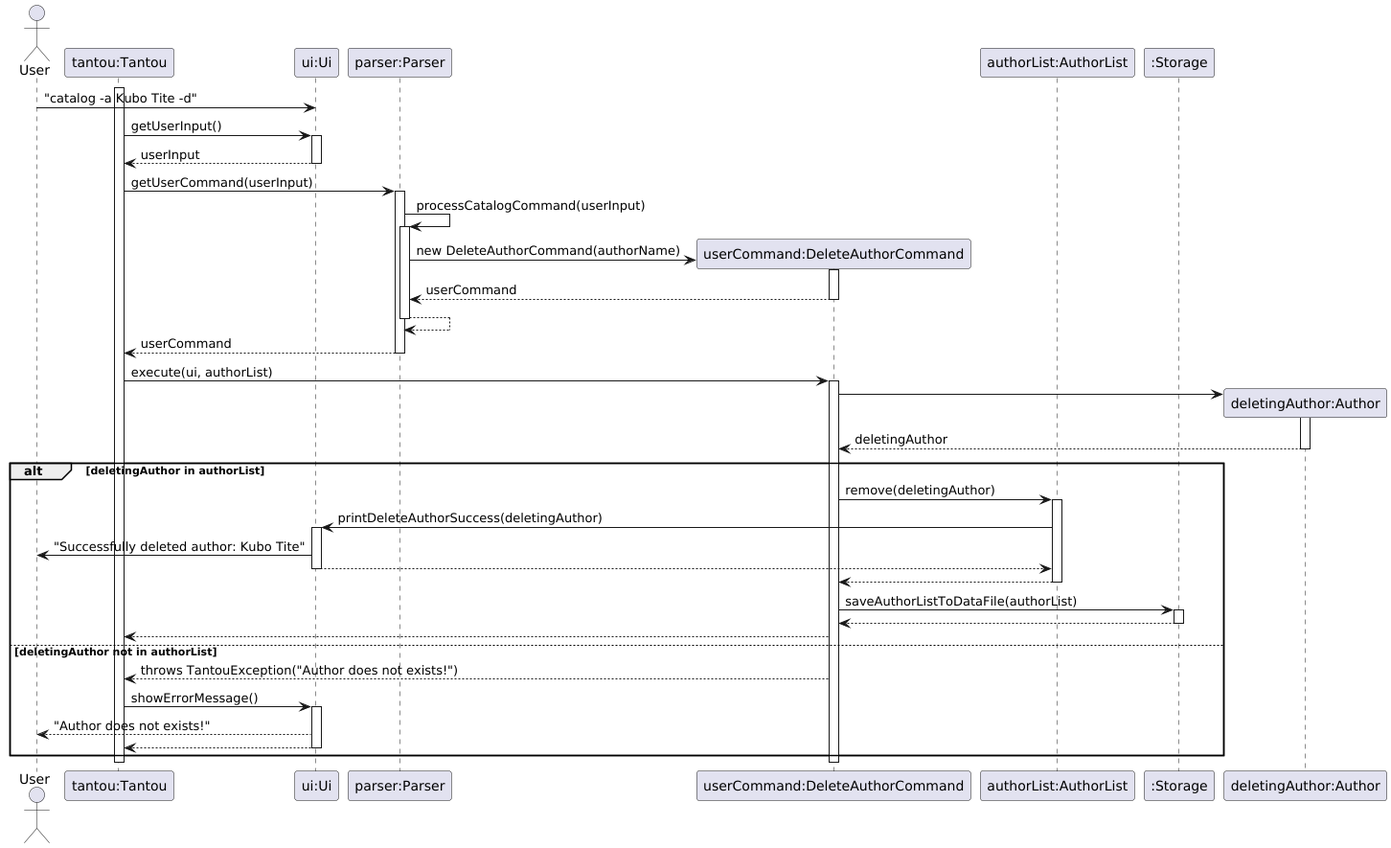
This is docs/uml/images/DeleteAuthorSequence.png from xenthm/tp, a PlantUML export, as it was before one commit.
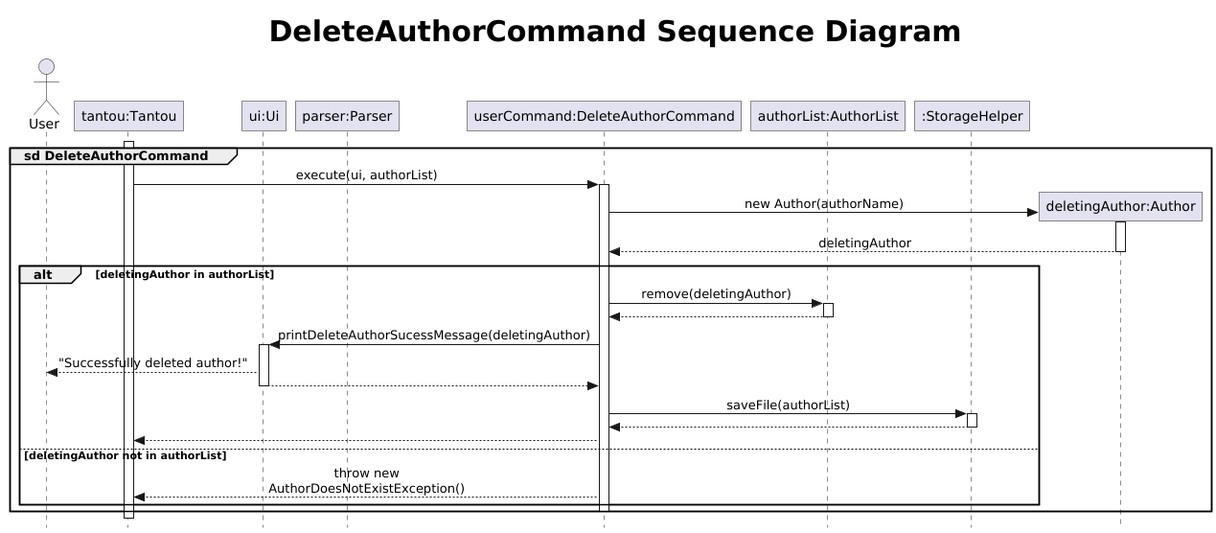
The same file after the commit.

Commit message:
Update DeleteAuthorCommand sequence diagram

Diff of the diagram source:
```diff
@@ -1,75 +1,48 @@
 @startuml
+!include .PlantUMLSequence.config
+autoactivate off
+skinparam maxMessageSize 250
+title <size:30> DeleteAuthorCommand Sequence Diagram
+
 actor User
 participant "tantou:Tantou" as tantou
 participant "ui:Ui" as ui
 participant "parser:Parser" as parser
 participant "userCommand:DeleteAuthorCommand" as userCommand
 participant "authorList:AuthorList" as authorList
-participant ":Storage" as storage
+participant ":StorageHelper" as storage
 participant "deletingAuthor:Author" as author
 
 activate tantou
-User -> ui: "catalog -a Kubo Tite -d"
+group sd DeleteAuthorCommand
+    tantou -> userCommand : execute(ui, authorList)
+    activate userCommand
+    create author
+    userCommand -> author : new Author(authorName)
+    activate author
+    author --> userCommand : deletingAuthor
+    deactivate author
 
-tantou -> ui: getUserInput()
-activate ui
-ui --> tantou: userInput
-deactivate ui
-
-
-tantou -> parser: getUserCommand(userInput)
-activate parser
-
-parser -> parser: processCatalogCommand(userInput)
-
-activate parser
-
-create userCommand
-parser -> userCommand : new DeleteAuthorCommand(authorName)
-activate userCommand
-userCommand --> parser: userCommand
-deactivate userCommand
-
-parser --> parser
-deactivate parser
-parser --> tantou: userCommand
-deactivate parser
-
-tantou -> userCommand: execute(ui, authorList)
-activate userCommand
-
-create author
-userCommand -> author
-activate author
-author --> userCommand: deletingAuthor
-deactivate author
-
-alt deletingAuthor in authorList
-
-    userCommand -> authorList: remove(deletingAuthor)
-    activate authorList
-    authorList -> ui: printDeleteAuthorSuccess(deletingAuthor)
-    activate ui
-    ui -> User: "Successfully deleted author: Kubo Tite"
-    ui --> authorList
-    deactivate ui
-    authorList --> userCommand
-    deactivate authorList
-
-    userCommand -> storage: saveAuthorListToDataFile(authorList)
-    activate storage
-    storage --> userCommand
-    deactivate storage
-    userCommand --> tantou
-
-else deletingAuthor not in authorList
-    userCommand --> tantou: throws TantouException("Author does not exists!")
-    tantou -> ui: showErrorMessage()
-    activate ui
-    ui --> User: "Author does not exists!"
-    ui --> tantou
-    deactivate ui
+    alt deletingAuthor in authorList
+        userCommand -> authorList : remove(deletingAuthor)
+        activate authorList
+        authorList --> userCommand
+        deactivate authorList
+        userCommand -> ui : printDeleteAuthorSucessMessage(deletingAuthor)
+        activate ui
+        ui --> User : "Successfully deleted author!"
+        ui --> userCommand
+        deactivate ui
+        userCommand -> storage : saveFile(authorList)
+        activate storage
+        storage --> userCommand
+        deactivate storage
+        userCommand --> tantou
+    else deletingAuthor not in authorList
+        userCommand --> tantou : throw new AuthorDoesNotExistException()
+    end
+    deactivate userCommand
 end
-deactivate userCommand
 deactivate tantou
+autoactivate on
 @enduml
```
